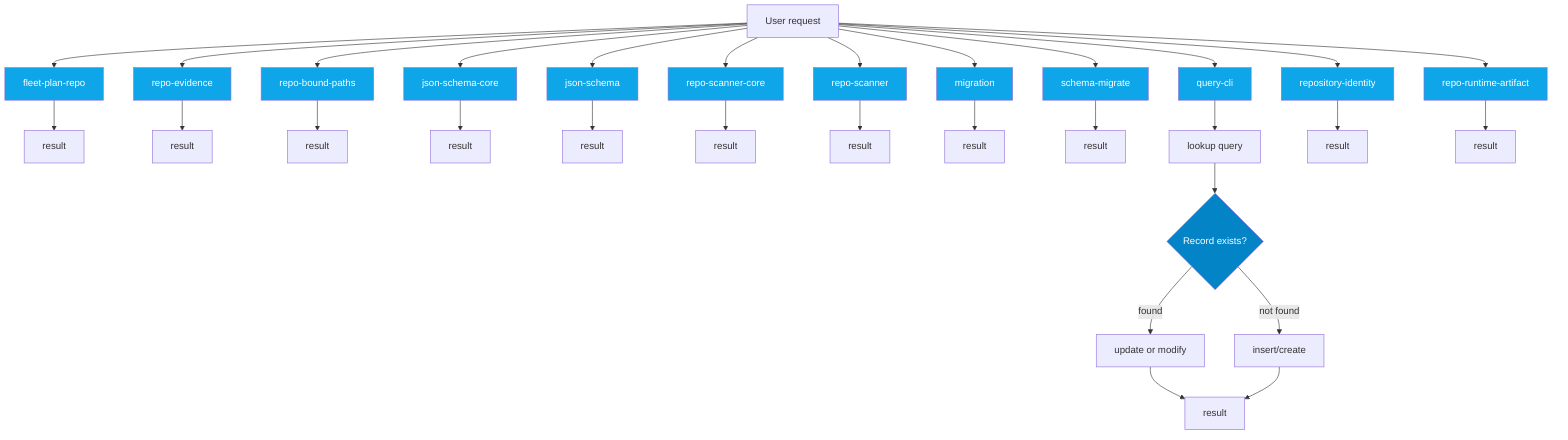
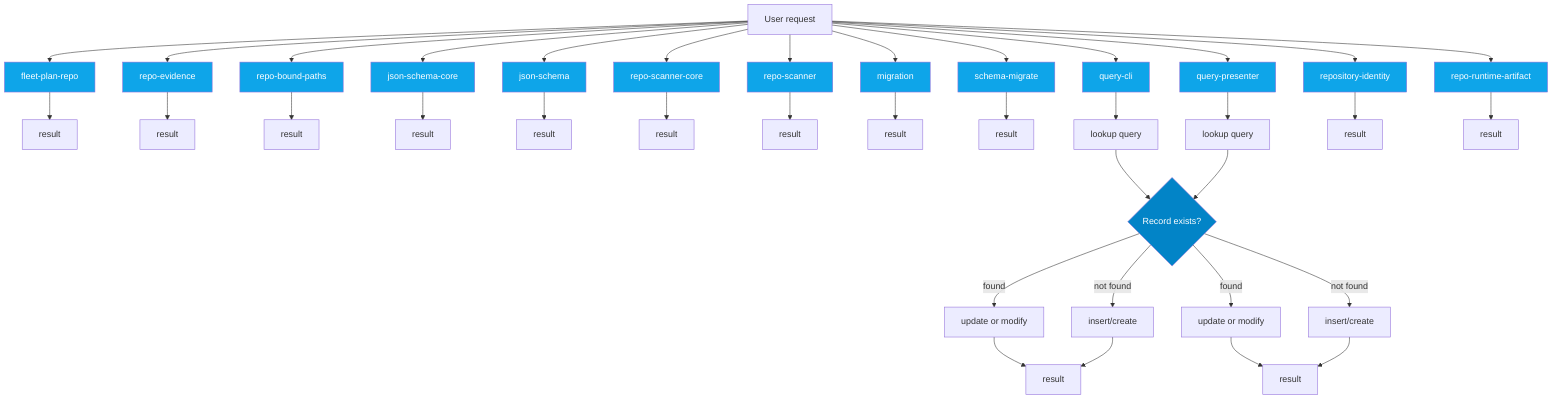
flowchart TD
  UserRequest["User request"]
  Decision{Record exists?}
  fleet_plan_repo_ecdc6499["fleet-plan-repo"]
  UserRequest --> fleet_plan_repo_ecdc6499
  fleet_plan_repo_ecdc6499 --> fleet_plan_repo_ecdc6499_result["result"]
  repo_evidence_38bb1de5["repo-evidence"]
  UserRequest --> repo_evidence_38bb1de5
  repo_evidence_38bb1de5 --> repo_evidence_38bb1de5_result["result"]
  repo_bound_paths_e218b5b3["repo-bound-paths"]
  UserRequest --> repo_bound_paths_e218b5b3
  repo_bound_paths_e218b5b3 --> repo_bound_paths_e218b5b3_result["result"]
  json_schema_core_96d7e328["json-schema-core"]
  UserRequest --> json_schema_core_96d7e328
  json_schema_core_96d7e328 --> json_schema_core_96d7e328_result["result"]
  json_schema_74a768d7["json-schema"]
  UserRequest --> json_schema_74a768d7
  json_schema_74a768d7 --> json_schema_74a768d7_result["result"]
  repo_scanner_core_8e9f7646["repo-scanner-core"]
  UserRequest --> repo_scanner_core_8e9f7646
  repo_scanner_core_8e9f7646 --> repo_scanner_core_8e9f7646_result["result"]
  repo_scanner_a8b2579e["repo-scanner"]
  UserRequest --> repo_scanner_a8b2579e
  repo_scanner_a8b2579e --> repo_scanner_a8b2579e_result["result"]
  migration_8a6cead4["migration"]
  UserRequest --> migration_8a6cead4
  migration_8a6cead4 --> migration_8a6cead4_result["result"]
  schema_migrate_c0646635["schema-migrate"]
  UserRequest --> schema_migrate_c0646635
  schema_migrate_c0646635 --> schema_migrate_c0646635_result["result"]
  query_cli_b95be64d["query-cli"]
  UserRequest --> query_cli_b95be64d
  query_cli_b95be64d --> query_cli_b95be64d_lookup["lookup query"]
  query_cli_b95be64d_lookup --> Decision
  Decision -->|found| query_cli_b95be64d_update["update or modify"]
  Decision -->|not found| query_cli_b95be64d_create["insert/create"]
  query_cli_b95be64d_update --> query_cli_b95be64d_result["result"]
  query_cli_b95be64d_create --> query_cli_b95be64d_result["result"]
+   query_presenter_02e6077c["query-presenter"]
+   UserRequest --> query_presenter_02e6077c
+   query_presenter_02e6077c --> query_presenter_02e6077c_lookup["lookup query"]
+   query_presenter_02e6077c_lookup --> Decision
+   Decision -->|found| query_presenter_02e6077c_update["update or modify"]
+   Decision -->|not found| query_presenter_02e6077c_create["insert/create"]
+   query_presenter_02e6077c_update --> query_presenter_02e6077c_result["result"]
+   query_presenter_02e6077c_create --> query_presenter_02e6077c_result["result"]
  repository_identity_9dc13d37["repository-identity"]
  UserRequest --> repository_identity_9dc13d37
  repository_identity_9dc13d37 --> repository_identity_9dc13d37_result["result"]
  repo_runtime_artifact_139c0fbd["repo-runtime-artifact"]
  UserRequest --> repo_runtime_artifact_139c0fbd
  repo_runtime_artifact_139c0fbd --> repo_runtime_artifact_139c0fbd_result["result"]
  classDef dbNode fill:#0ea5e9,color:#fff
-   class fleet_plan_repo_ecdc6499,repo_evidence_38bb1de5,repo_bound_paths_e218b5b3,json_schema_core_96d7e328,json_schema_74a768d7,repo_scanner_core_8e9f7646,repo_scanner_a8b2579e,migration_8a6cead4,schema_migrate_c0646635,query_cli_b95be64d,repository_identity_9dc13d37,repo_runtime_artifact_139c0fbd dbNode
+   class fleet_plan_repo_ecdc6499,repo_evidence_38bb1de5,repo_bound_paths_e218b5b3,json_schema_core_96d7e328,json_schema_74a768d7,repo_scanner_core_8e9f7646,repo_scanner_a8b2579e,migration_8a6cead4,schema_migrate_c0646635,query_cli_b95be64d,query_presenter_02e6077c,repository_identity_9dc13d37,repo_runtime_artifact_139c0fbd dbNode
  classDef decisionNode fill:#0284c7,color:#fff
  class Decision decisionNode
